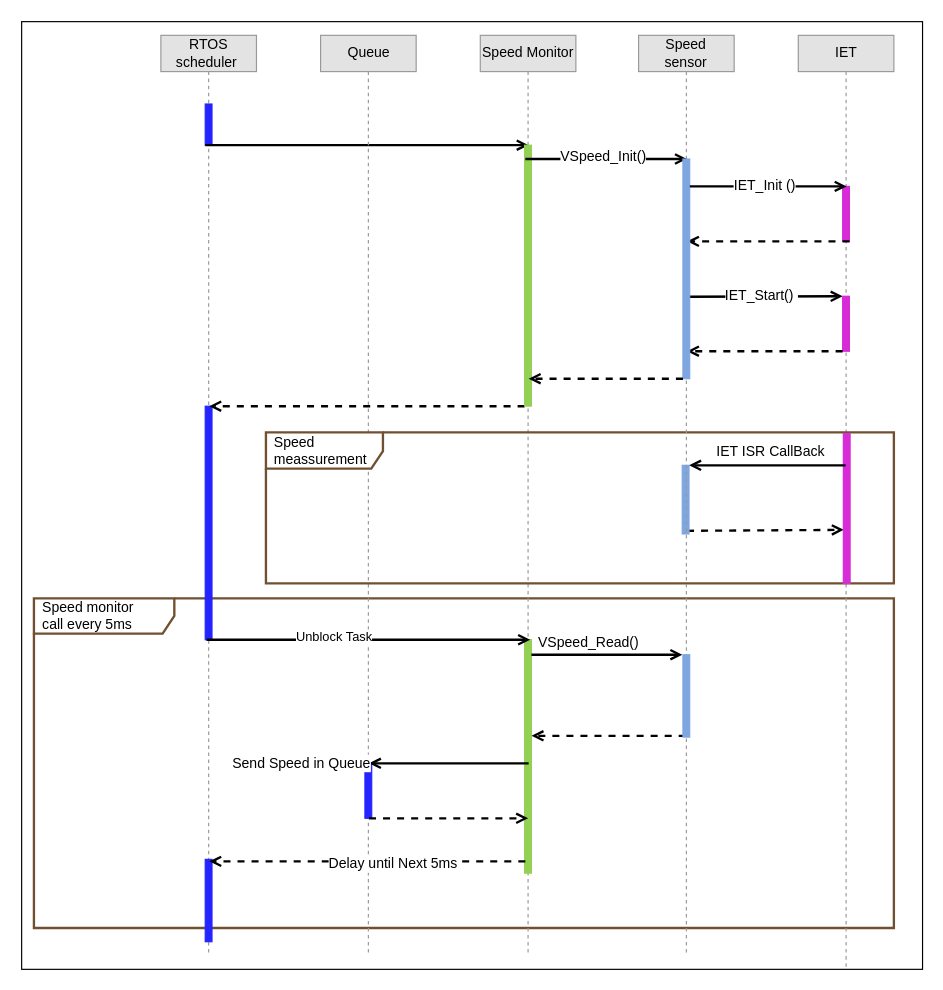
Above: page "ECU 1 Speed monitor" (4 of 11) of 2-Automotive_Door_Monitor_Dynamic_Deesign-Page.drawio in Mohamed-abdullah-hassan/EG-FWD_Automotive_door_control (draw.io), before the change. Source tidied: cells renumbered, new cells numbered last; positions are measured from the earlier drawing's top-left corner, leaving out a move shared by most shapes. Both pictures are drawn from the tidied source at 117%, with x=0, y=0 at pixel (21, 21).
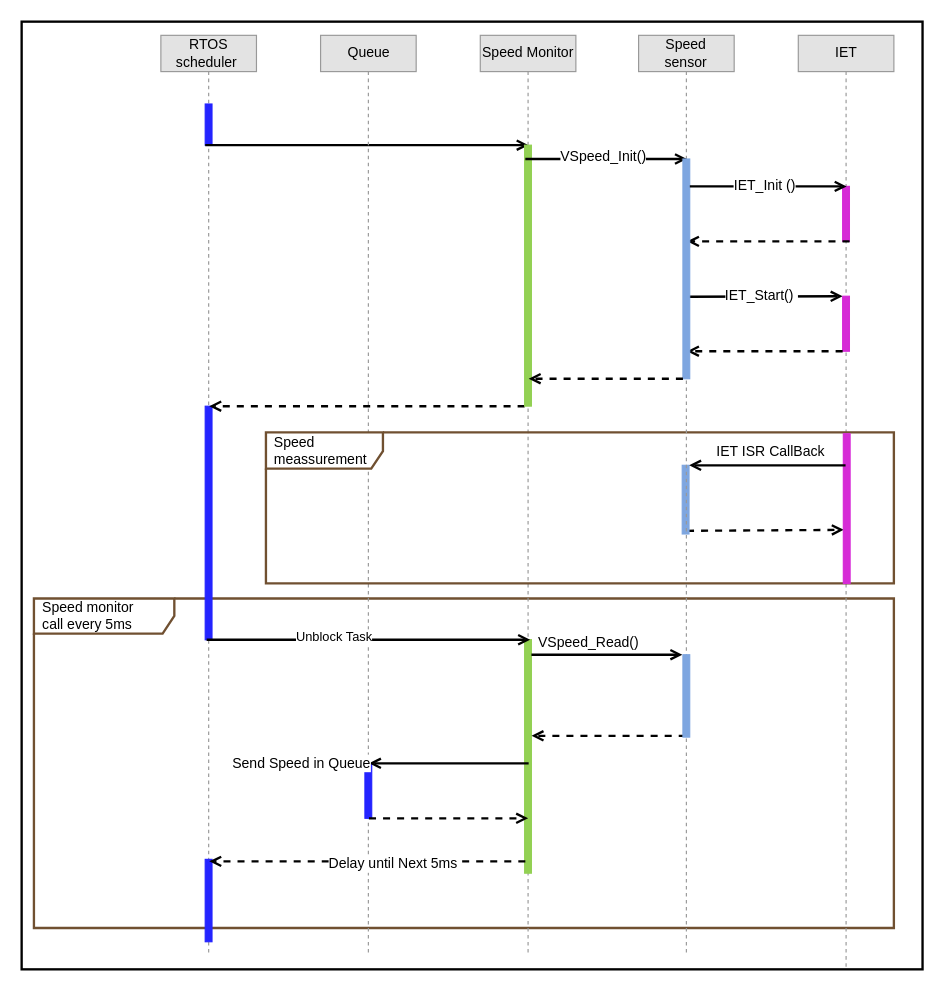
Above is the later version.

Diff of the diagram source:
```diff
@@
-    <mxCell id="2" style="rounded=0;whiteSpace=wrap;html=1;" parent="1" vertex="1">
+    <mxCell id="2" style="rounded=0;whiteSpace=wrap;html=1;strokeWidth=2;" parent="1" vertex="1">
       <mxGeometry width="770" height="810" as="geometry" />
     </mxCell>
```
